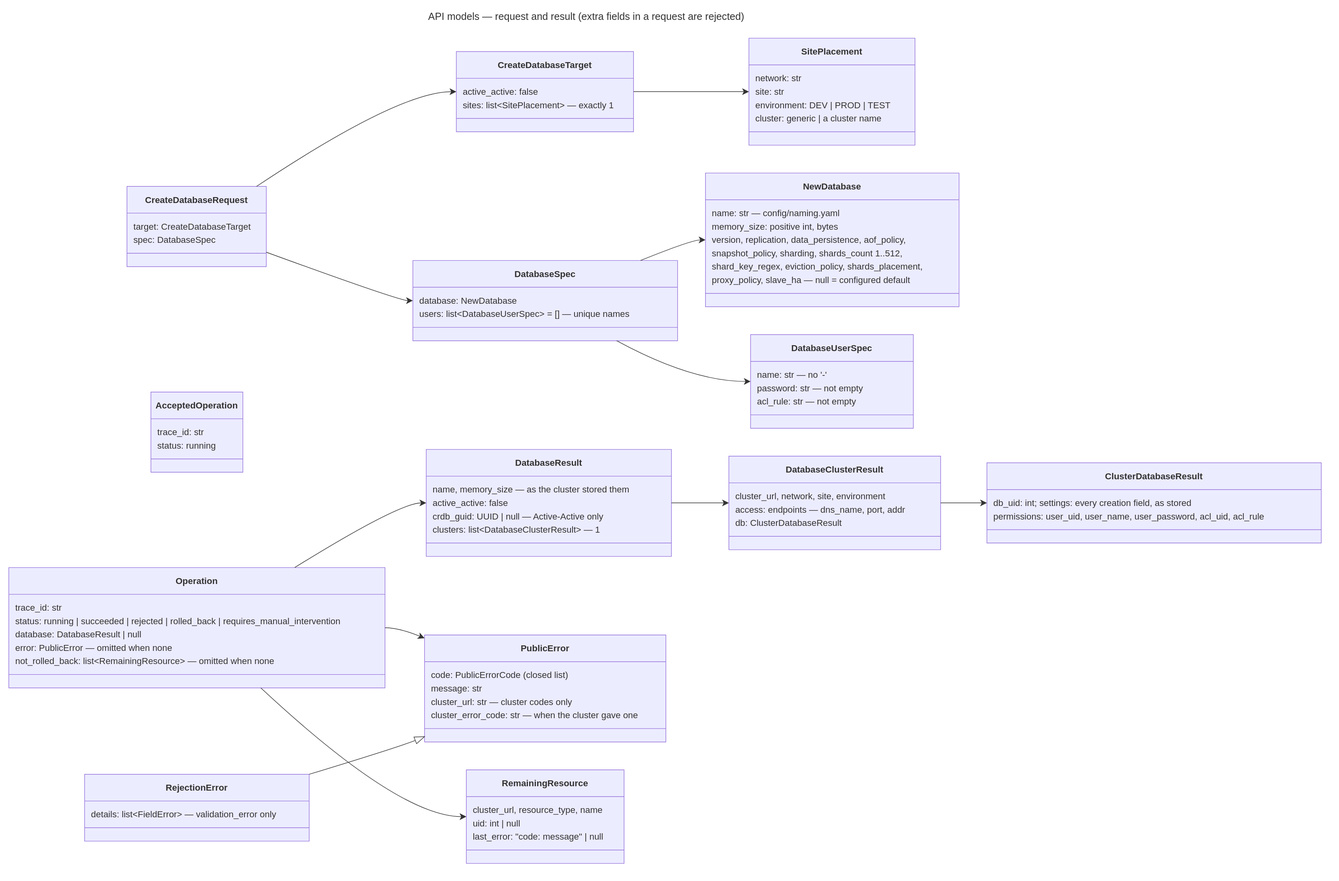
Before: docs/diagrams/19-api-models-create.drawio.svg, a diagram exported from draw.io (EliShteinman/redis-enterprise-services). Source tidied: cells renumbered, new cells last; positions are measured from the earlier drawing's top-left corner, leaving out a move shared by most shapes.
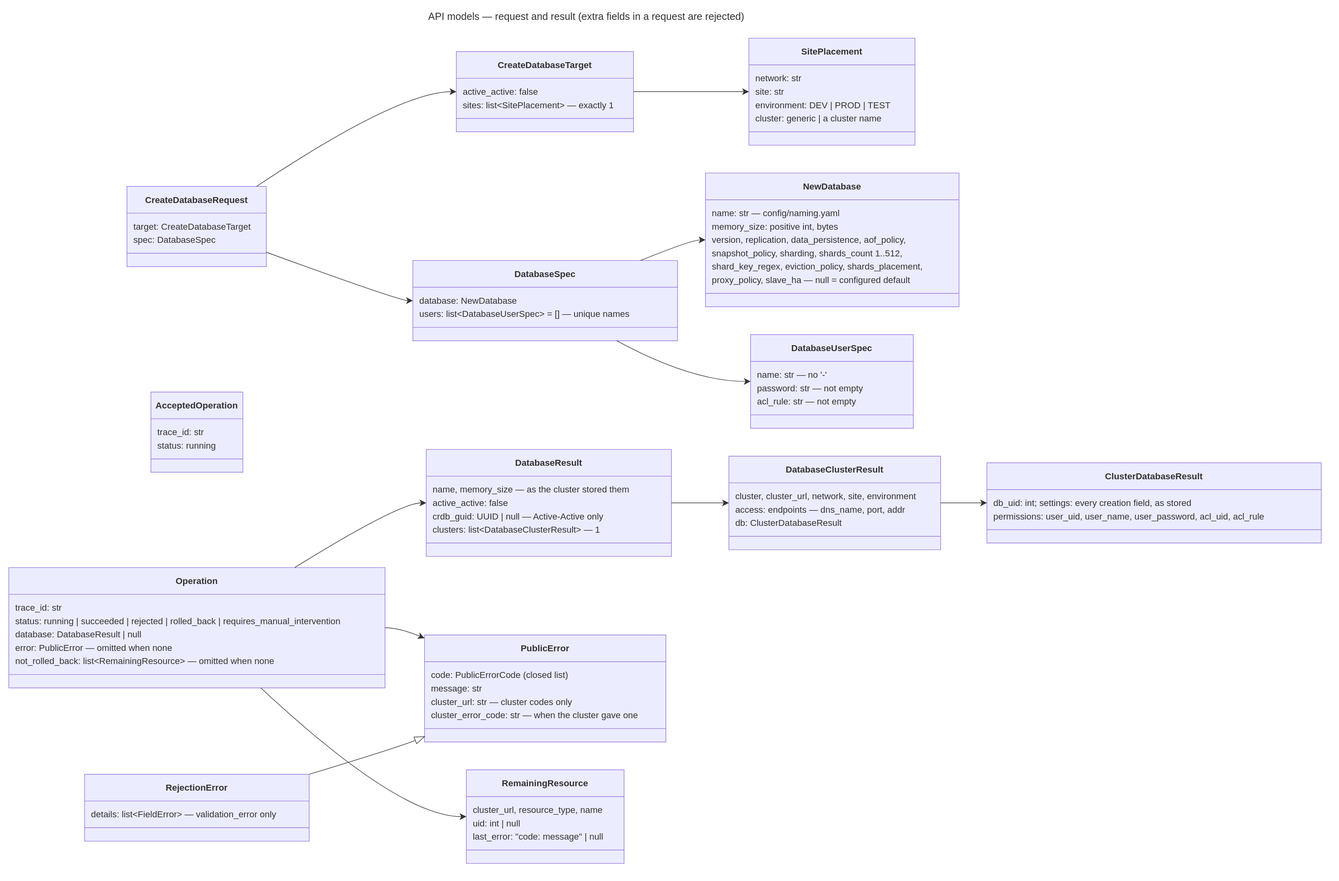
Later version of the same file.

Commit message:
docs(diagrams): the cluster name in the result tree

The edit, as a diff of the source:
```diff
@@ -149,7 +149,7 @@
     <mxCell id="50" value="&lt;b&gt;DatabaseClusterResult&lt;/b&gt;" style="swimlane;html=1;fontStyle=1;fontSize=16;align=center;verticalAlign=middle;horizontal=1;startSize=48;swimlaneFillColor=light-dark(#ECECFF,#1f2020);whiteSpace=wrap;fillColor=light-dark(#ECECFF,#1f2020);strokeColor=light-dark(#9370DB,#cccccc);fontColor=light-dark(#333333,#cccccc);fontFamily=Trebuchet MS,Verdana,Arial,sans-serif;" parent="1" vertex="1">
       <mxGeometry x="1292" y="803" width="380" height="168" as="geometry" />
     </mxCell>
-    <mxCell id="51" value="cluster_url, network, site, environment" style="text;fontSize=16;strokeColor=none;fillColor=none;align=left;verticalAlign=middle;spacingLeft=10;spacingRight=12;spacingBottom=2;overflow=hidden;fontFamily=Trebuchet MS,Verdana,Arial,sans-serif;fontColor=light-dark(#333333,#cccccc);" parent="50" vertex="1">
+    <mxCell id="51" value="cluster, cluster_url, network, site, environment" style="text;fontSize=16;strokeColor=none;fillColor=none;align=left;verticalAlign=middle;spacingLeft=10;spacingRight=12;spacingBottom=2;overflow=hidden;fontFamily=Trebuchet MS,Verdana,Arial,sans-serif;fontColor=light-dark(#333333,#cccccc);" parent="50" vertex="1">
       <mxGeometry y="60" width="380" height="24" as="geometry" />
     </mxCell>
     <mxCell id="52" value="access: endpoints — dns_name, port, addr" style="text;fontSize=16;strokeColor=none;fillColor=none;align=left;verticalAlign=middle;spacingLeft=10;spacingRight=12;spacingBottom=2;overflow=hidden;fontFamily=Trebuchet MS,Verdana,Arial,sans-serif;fontColor=light-dark(#333333,#cccccc);" parent="50" vertex="1">
```
